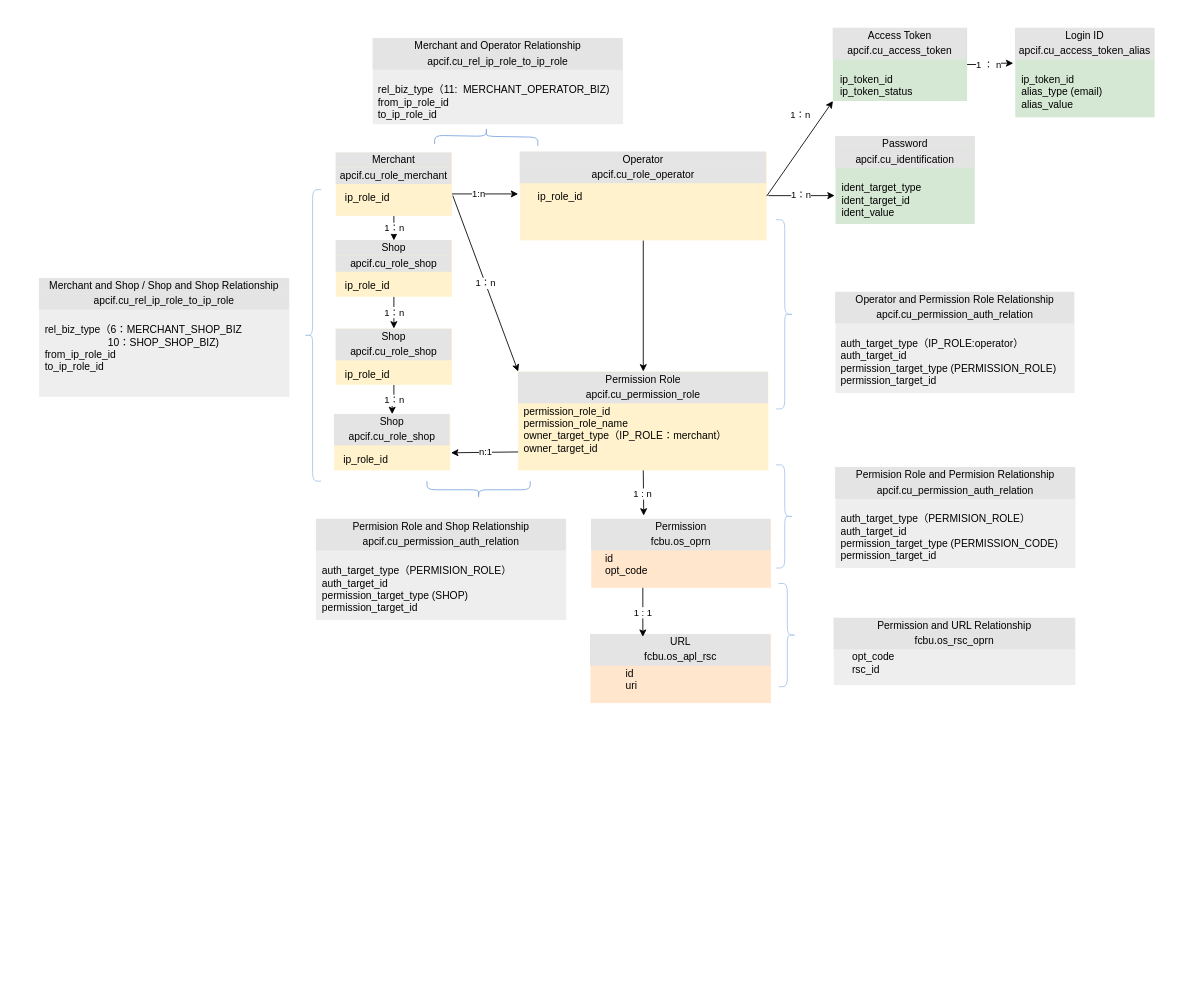
The draw.io diagram page "模型" (3 of 4) of Merchant portal.drawio in renqiuming/drawio, before the edit. Source tidied: cells renumbered, new cells numbered last; positions are measured from the earlier drawing's top-left corner, leaving out a move shared by most shapes. Both pictures are drawn from the tidied source at 86%, with x=0, y=0 at pixel (39, 28).
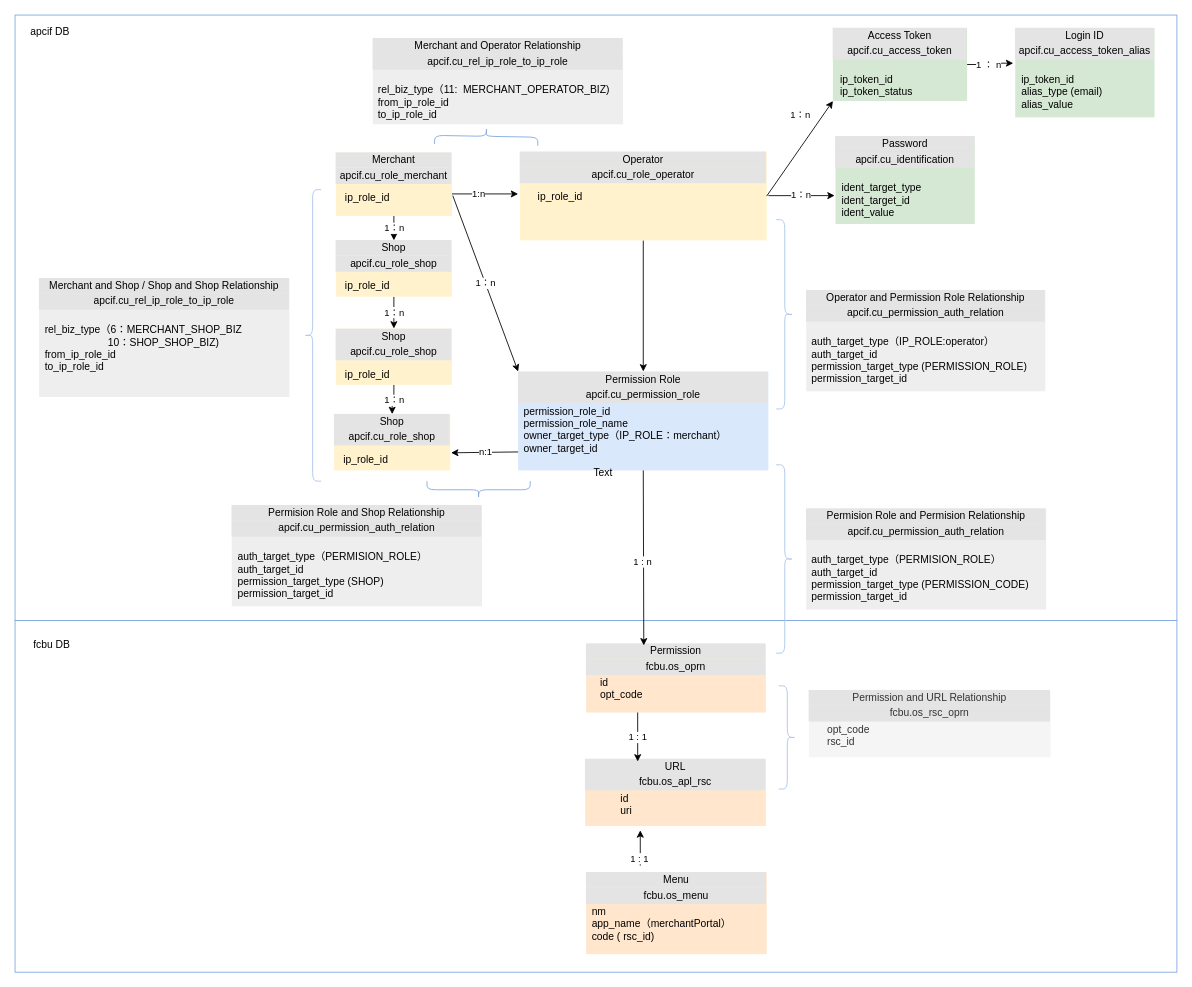
The same diagram, later.

The edit, as a diff of the source:
```diff
@@
+    <mxCell id="43" style="rounded=0;whiteSpace=wrap;html=1;strokeColor=#7EA6E0;" parent="1" vertex="1">
+      <mxGeometry x="-28" y="-15" width="1351" height="704" as="geometry" />
+    </mxCell>
+    <mxCell id="44" style="rounded=0;whiteSpace=wrap;html=1;strokeColor=#7EA6E0;" parent="1" vertex="1">
+      <mxGeometry x="-28" y="689" width="1351" height="409" as="geometry" />
+    </mxCell>
@@
-    <mxCell id="20" value="&lt;div style=&quot;box-sizing: border-box ; width: 100% ; background: #e4e4e4 ; padding: 2px&quot;&gt;Permission Role&lt;/div&gt;&lt;div style=&quot;box-sizing: border-box ; width: 100% ; background: #e4e4e4 ; padding: 2px&quot;&gt;apcif.cu_permission_role&lt;/div&gt;&lt;table style=&quot;width: 100% ; font-size: 1em&quot; cellpadding=&quot;2&quot; cellspacing=&quot;0&quot;&gt;&lt;tbody&gt;&lt;tr&gt;&lt;td&gt;&lt;br&gt;&lt;br&gt;&lt;/td&gt;&lt;td style=&quot;text-align: left&quot;&gt;permission_role_id&lt;br&gt;permission_role_name&lt;br&gt;owner_target_type（IP_ROLE：merchant）&lt;br&gt;owner_target_id&lt;br&gt;&lt;/td&gt;&lt;/tr&gt;&lt;tr&gt;&lt;td style=&quot;text-align: left&quot;&gt;&lt;br&gt;&lt;/td&gt;&lt;td style=&quot;text-align: left&quot;&gt;&lt;br&gt;&lt;/td&gt;&lt;/tr&gt;&lt;tr&gt;&lt;td&gt;&lt;/td&gt;&lt;td&gt;&lt;br&gt;&lt;/td&gt;&lt;/tr&gt;&lt;/tbody&gt;&lt;/table&gt;" style="verticalAlign=top;align=center;overflow=fill;html=1;fillColor=#fff2cc;strokeColor=none;" parent="1" vertex="1">
+    <mxCell id="20" value="&lt;div style=&quot;box-sizing: border-box ; width: 100% ; background: #e4e4e4 ; padding: 2px&quot;&gt;Permission Role&lt;/div&gt;&lt;div style=&quot;box-sizing: border-box ; width: 100% ; background: #e4e4e4 ; padding: 2px&quot;&gt;apcif.cu_permission_role&lt;/div&gt;&lt;table style=&quot;width: 100% ; font-size: 1em&quot; cellpadding=&quot;2&quot; cellspacing=&quot;0&quot;&gt;&lt;tbody&gt;&lt;tr&gt;&lt;td&gt;&lt;br&gt;&lt;br&gt;&lt;/td&gt;&lt;td style=&quot;text-align: left&quot;&gt;permission_role_id&lt;br&gt;permission_role_name&lt;br&gt;owner_target_type（IP_ROLE：merchant）&lt;br&gt;owner_target_id&lt;br&gt;&lt;/td&gt;&lt;/tr&gt;&lt;tr&gt;&lt;td style=&quot;text-align: left&quot;&gt;&lt;br&gt;&lt;/td&gt;&lt;td style=&quot;text-align: left&quot;&gt;&lt;br&gt;&lt;/td&gt;&lt;/tr&gt;&lt;tr&gt;&lt;td&gt;&lt;/td&gt;&lt;td&gt;&lt;br&gt;&lt;/td&gt;&lt;/tr&gt;&lt;/tbody&gt;&lt;/table&gt;" style="verticalAlign=top;align=center;overflow=fill;html=1;fillColor=#dae8fc;strokeColor=none;" parent="1" vertex="1">
       <mxGeometry x="557" y="399.5" width="291" height="115" as="geometry" />
     </mxCell>
@@
-    <mxCell id="22" value="&lt;div style=&quot;box-sizing: border-box ; width: 100% ; background: #e4e4e4 ; padding: 2px&quot;&gt;Permission&lt;/div&gt;&lt;div style=&quot;box-sizing: border-box ; width: 100% ; background: #e4e4e4 ; padding: 2px&quot;&gt;fcbu.os_oprn&lt;/div&gt;&lt;table style=&quot;width: 100% ; font-size: 1em&quot; cellpadding=&quot;2&quot; cellspacing=&quot;0&quot;&gt;&lt;tbody&gt;&lt;tr&gt;&lt;td&gt;&lt;br&gt;&lt;br&gt;&lt;/td&gt;&lt;td style=&quot;text-align: left&quot;&gt;id&lt;br&gt;opt_code&lt;br&gt;&lt;/td&gt;&lt;/tr&gt;&lt;tr&gt;&lt;td style=&quot;text-align: left&quot;&gt;&lt;br&gt;&lt;/td&gt;&lt;td style=&quot;text-align: left&quot;&gt;&lt;br&gt;&lt;/td&gt;&lt;/tr&gt;&lt;tr&gt;&lt;td&gt;&lt;/td&gt;&lt;td&gt;&lt;br&gt;&lt;/td&gt;&lt;/tr&gt;&lt;/tbody&gt;&lt;/table&gt;" style="verticalAlign=top;align=center;overflow=fill;html=1;fillColor=#ffe6cc;strokeColor=none;" parent="1" vertex="1">
-      <mxGeometry x="642" y="571" width="209" height="80" as="geometry" />
+    <mxCell id="22" value="&lt;div style=&quot;box-sizing: border-box ; width: 100% ; background: #e4e4e4 ; padding: 2px&quot;&gt;Permission&lt;/div&gt;&lt;div style=&quot;box-sizing: border-box ; width: 100% ; background: #e4e4e4 ; padding: 2px&quot;&gt;fcbu.os_oprn&lt;/div&gt;&lt;table style=&quot;width: 100% ; font-size: 1em&quot; cellpadding=&quot;2&quot; cellspacing=&quot;0&quot;&gt;&lt;tbody&gt;&lt;tr&gt;&lt;td&gt;&lt;br&gt;&lt;br&gt;&lt;/td&gt;&lt;td style=&quot;text-align: left&quot;&gt;id&lt;br&gt;opt_code&lt;br&gt;&lt;br&gt;&lt;/td&gt;&lt;/tr&gt;&lt;tr&gt;&lt;td style=&quot;text-align: left&quot;&gt;&lt;br&gt;&lt;/td&gt;&lt;td style=&quot;text-align: left&quot;&gt;&lt;br&gt;&lt;/td&gt;&lt;/tr&gt;&lt;tr&gt;&lt;td&gt;&lt;/td&gt;&lt;td&gt;&lt;br&gt;&lt;/td&gt;&lt;/tr&gt;&lt;/tbody&gt;&lt;/table&gt;" style="verticalAlign=top;align=center;overflow=fill;html=1;fillColor=#ffe6cc;strokeColor=none;" parent="1" vertex="1">
+      <mxGeometry x="636" y="716" width="209" height="80" as="geometry" />
     </mxCell>
@@
     <mxCell id="24" value="&lt;div style=&quot;box-sizing: border-box ; width: 100% ; background: #e4e4e4 ; padding: 2px&quot;&gt;Operator and Permission Role Relationship&lt;/div&gt;&lt;div style=&quot;box-sizing: border-box ; width: 100% ; background: #e4e4e4 ; padding: 2px&quot;&gt;apcif.cu_permission_auth_relation&lt;/div&gt;&lt;table style=&quot;width: 100% ; font-size: 1em&quot; cellpadding=&quot;2&quot; cellspacing=&quot;0&quot;&gt;&lt;tbody&gt;&lt;tr&gt;&lt;td&gt;&lt;br&gt;&lt;br&gt;&lt;/td&gt;&lt;td style=&quot;text-align: left&quot;&gt;&lt;br&gt;auth_target_type（IP_ROLE:operator）&lt;br&gt;auth_target_id&lt;br&gt;permission_target_type (PERMISSION_ROLE)&lt;br&gt;permission_target_id&lt;br&gt;&lt;/td&gt;&lt;/tr&gt;&lt;tr&gt;&lt;td style=&quot;text-align: left&quot;&gt;&lt;br&gt;&lt;/td&gt;&lt;td style=&quot;text-align: left&quot;&gt;&lt;br&gt;&lt;/td&gt;&lt;/tr&gt;&lt;tr&gt;&lt;td&gt;&lt;/td&gt;&lt;td&gt;&lt;br&gt;&lt;/td&gt;&lt;/tr&gt;&lt;/tbody&gt;&lt;/table&gt;" style="verticalAlign=top;align=center;overflow=fill;html=1;fillColor=#eeeeee;strokeColor=none;" parent="1" vertex="1">
-      <mxGeometry x="926" y="307" width="278" height="117.5" as="geometry" />
+      <mxGeometry x="892" y="305" width="278" height="117.5" as="geometry" />
     </mxCell>
@@
     <mxCell id="27" style="shape=curlyBracket;whiteSpace=wrap;html=1;rounded=1;flipH=1;strokeColor=#A9C4EB;" parent="1" vertex="1">
-      <mxGeometry x="857" y="508" width="20" height="120" as="geometry" />
+      <mxGeometry x="857" y="508" width="20" height="219" as="geometry" />
     </mxCell>
@@
     <mxCell id="31" value="&lt;div style=&quot;box-sizing: border-box ; width: 100% ; background: #e4e4e4 ; padding: 2px&quot;&gt;Permision Role and Permision Relationship&lt;/div&gt;&lt;div style=&quot;box-sizing: border-box ; width: 100% ; background: #e4e4e4 ; padding: 2px&quot;&gt;apcif.cu_permission_auth_relation&lt;/div&gt;&lt;table style=&quot;width: 100% ; font-size: 1em&quot; cellpadding=&quot;2&quot; cellspacing=&quot;0&quot;&gt;&lt;tbody&gt;&lt;tr&gt;&lt;td&gt;&lt;br&gt;&lt;br&gt;&lt;/td&gt;&lt;td style=&quot;text-align: left&quot;&gt;&lt;br&gt;auth_target_type（PERMISION_ROLE）&lt;br&gt;auth_target_id&lt;br&gt;permission_target_type (PERMISSION_CODE)&lt;br&gt;permission_target_id&lt;br&gt;&lt;/td&gt;&lt;/tr&gt;&lt;tr&gt;&lt;td style=&quot;text-align: left&quot;&gt;&lt;br&gt;&lt;/td&gt;&lt;td style=&quot;text-align: left&quot;&gt;&lt;br&gt;&lt;/td&gt;&lt;/tr&gt;&lt;tr&gt;&lt;td&gt;&lt;/td&gt;&lt;td&gt;&lt;br&gt;&lt;/td&gt;&lt;/tr&gt;&lt;/tbody&gt;&lt;/table&gt;" style="verticalAlign=top;align=center;overflow=fill;html=1;fillColor=#eeeeee;strokeColor=none;" parent="1" vertex="1">
-      <mxGeometry x="926" y="510.5" width="279" height="117.5" as="geometry" />
+      <mxGeometry x="892" y="558.8" width="279" height="117.5" as="geometry" />
     </mxCell>
     <mxCell id="32" value="&lt;div style=&quot;box-sizing: border-box ; width: 100% ; background: #e4e4e4 ; padding: 2px&quot;&gt;Permision Role and Shop Relationship&lt;/div&gt;&lt;div style=&quot;box-sizing: border-box ; width: 100% ; background: #e4e4e4 ; padding: 2px&quot;&gt;apcif.cu_permission_auth_relation&lt;/div&gt;&lt;table style=&quot;width: 100% ; font-size: 1em&quot; cellpadding=&quot;2&quot; cellspacing=&quot;0&quot;&gt;&lt;tbody&gt;&lt;tr&gt;&lt;td&gt;&lt;br&gt;&lt;br&gt;&lt;/td&gt;&lt;td style=&quot;text-align: left&quot;&gt;&lt;br&gt;auth_target_type（PERMISION_ROLE）&lt;br&gt;auth_target_id&lt;br&gt;permission_target_type (SHOP)&lt;br&gt;permission_target_id&lt;br&gt;&lt;/td&gt;&lt;/tr&gt;&lt;tr&gt;&lt;td style=&quot;text-align: left&quot;&gt;&lt;br&gt;&lt;/td&gt;&lt;td style=&quot;text-align: left&quot;&gt;&lt;br&gt;&lt;/td&gt;&lt;/tr&gt;&lt;tr&gt;&lt;td&gt;&lt;/td&gt;&lt;td&gt;&lt;br&gt;&lt;/td&gt;&lt;/tr&gt;&lt;/tbody&gt;&lt;/table&gt;" style="verticalAlign=top;align=center;overflow=fill;html=1;fillColor=#eeeeee;strokeColor=none;" parent="1" vertex="1">
-      <mxGeometry x="322" y="571" width="291" height="117.5" as="geometry" />
+      <mxGeometry x="224" y="555" width="291" height="117.5" as="geometry" />
     </mxCell>
@@
     <mxCell id="37" value="&lt;div style=&quot;box-sizing: border-box ; width: 100% ; background: #e4e4e4 ; padding: 2px&quot;&gt;URL&lt;br&gt;&lt;/div&gt;&lt;div style=&quot;box-sizing: border-box ; width: 100% ; background: #e4e4e4 ; padding: 2px&quot;&gt;fcbu.os_apl_rsc&lt;/div&gt;&lt;table style=&quot;width: 100% ; font-size: 1em&quot; cellpadding=&quot;2&quot; cellspacing=&quot;0&quot;&gt;&lt;tbody&gt;&lt;tr&gt;&lt;td&gt;&lt;br&gt;&lt;br&gt;&lt;/td&gt;&lt;td style=&quot;text-align: left&quot;&gt;id&lt;br&gt;uri&lt;br&gt;&lt;/td&gt;&lt;/tr&gt;&lt;tr&gt;&lt;td style=&quot;text-align: left&quot;&gt;&lt;br&gt;&lt;/td&gt;&lt;td style=&quot;text-align: left&quot;&gt;&lt;br&gt;&lt;/td&gt;&lt;/tr&gt;&lt;tr&gt;&lt;td&gt;&lt;/td&gt;&lt;td&gt;&lt;br&gt;&lt;/td&gt;&lt;/tr&gt;&lt;/tbody&gt;&lt;/table&gt;" style="verticalAlign=top;align=center;overflow=fill;html=1;fillColor=#ffe6cc;strokeColor=none;" parent="1" vertex="1">
-      <mxGeometry x="641" y="705" width="210" height="80" as="geometry" />
+      <mxGeometry x="635" y="850" width="210" height="78" as="geometry" />
     </mxCell>
-    <mxCell id="38" value="&lt;div style=&quot;box-sizing: border-box ; width: 100% ; background: #e4e4e4 ; padding: 2px&quot;&gt;Permission and URL Relationship&lt;/div&gt;&lt;div style=&quot;box-sizing: border-box ; width: 100% ; background: #e4e4e4 ; padding: 2px&quot;&gt;fcbu.os_rsc_oprn&lt;/div&gt;&lt;table style=&quot;width: 100% ; font-size: 1em&quot; cellpadding=&quot;2&quot; cellspacing=&quot;0&quot;&gt;&lt;tbody&gt;&lt;tr&gt;&lt;td&gt;&lt;br&gt;&lt;br&gt;&lt;/td&gt;&lt;td style=&quot;text-align: left&quot;&gt;opt_code&lt;br&gt;rsc_id&lt;br&gt;&lt;/td&gt;&lt;/tr&gt;&lt;tr&gt;&lt;td style=&quot;text-align: left&quot;&gt;&lt;br&gt;&lt;/td&gt;&lt;td style=&quot;text-align: left&quot;&gt;&lt;br&gt;&lt;/td&gt;&lt;/tr&gt;&lt;tr&gt;&lt;td&gt;&lt;/td&gt;&lt;td&gt;&lt;br&gt;&lt;/td&gt;&lt;/tr&gt;&lt;/tbody&gt;&lt;/table&gt;" style="verticalAlign=top;align=center;overflow=fill;html=1;fillColor=#eeeeee;strokeColor=none;" parent="1" vertex="1">
-      <mxGeometry x="924" y="686" width="281" height="78" as="geometry" />
+    <mxCell id="38" value="&lt;div style=&quot;box-sizing: border-box ; width: 100% ; background: #e4e4e4 ; padding: 2px&quot;&gt;Permission and URL Relationship&lt;/div&gt;&lt;div style=&quot;box-sizing: border-box ; width: 100% ; background: #e4e4e4 ; padding: 2px&quot;&gt;fcbu.os_rsc_oprn&lt;/div&gt;&lt;table style=&quot;width: 100% ; font-size: 1em&quot; cellpadding=&quot;2&quot; cellspacing=&quot;0&quot;&gt;&lt;tbody&gt;&lt;tr&gt;&lt;td&gt;&lt;br&gt;&lt;br&gt;&lt;/td&gt;&lt;td style=&quot;text-align: left&quot;&gt;opt_code&lt;br&gt;rsc_id&lt;br&gt;&lt;/td&gt;&lt;/tr&gt;&lt;tr&gt;&lt;td style=&quot;text-align: left&quot;&gt;&lt;br&gt;&lt;/td&gt;&lt;td style=&quot;text-align: left&quot;&gt;&lt;br&gt;&lt;/td&gt;&lt;/tr&gt;&lt;tr&gt;&lt;td&gt;&lt;/td&gt;&lt;td&gt;&lt;br&gt;&lt;/td&gt;&lt;/tr&gt;&lt;/tbody&gt;&lt;/table&gt;" style="verticalAlign=top;align=center;overflow=fill;html=1;fillColor=#f5f5f5;strokeColor=none;fontColor=#333333;" parent="1" vertex="1">
+      <mxGeometry x="895" y="770" width="281" height="78" as="geometry" />
     </mxCell>
     <mxCell id="39" style="shape=curlyBracket;whiteSpace=wrap;html=1;rounded=1;flipH=1;strokeColor=#A9C4EB;" parent="1" vertex="1">
-      <mxGeometry x="860" y="646" width="20" height="120" as="geometry" />
+      <mxGeometry x="860" y="765" width="20" height="120" as="geometry" />
     </mxCell>
-    <mxCell id="40" style="rounded=0;jettySize=auto;html=1;exitX=0.5;exitY=1;exitDx=0;exitDy=0;" parent="1" edge="1" source="20">
-      <mxGeometry relative="1" as="geometry">
-        <mxPoint x="703" y="567" as="targetPoint" />
-      </mxGeometry>
+    <mxCell id="40" style="rounded=0;jettySize=auto;html=1;exitX=0.5;exitY=1;exitDx=0;exitDy=0;entryX=0.321;entryY=0.025;entryDx=0;entryDy=0;entryPerimeter=0;" parent="1" edge="1" source="20" target="22">
+      <mxGeometry relative="1" as="geometry" />
     </mxCell>
@@
     <mxCell id="42" value="1 : 1" style="edgeStyle=none;rounded=0;jettySize=auto;html=1;exitX=0.287;exitY=1;exitDx=0;exitDy=0;exitPerimeter=0;" parent="1" edge="1" source="22">
       <mxGeometry relative="1" as="geometry">
-        <mxPoint x="702" y="708" as="targetPoint" />
+        <mxPoint x="696" y="853" as="targetPoint" />
       </mxGeometry>
     </mxCell>
+    <mxCell id="45" style="edgeStyle=none;rounded=0;orthogonalLoop=1;jettySize=auto;html=1;" parent="1" edge="1">
+      <mxGeometry relative="1" as="geometry">
+        <mxPoint x="699" y="974" as="sourcePoint" />
+        <mxPoint x="699" y="933" as="targetPoint" />
+      </mxGeometry>
+    </mxCell>
+    <mxCell id="46" value="1 : 1" style="edgeLabel;html=1;align=center;verticalAlign=middle;" parent="45" vertex="1">
+      <mxGeometry x="-0.53" y="2" relative="1" as="geometry">
+        <mxPoint y="1" as="offset" />
+      </mxGeometry>
+    </mxCell>
+    <mxCell id="47" value="&lt;div style=&quot;box-sizing: border-box ; width: 100% ; background: #e4e4e4 ; padding: 2px&quot;&gt;Menu&lt;br&gt;&lt;/div&gt;&lt;div style=&quot;box-sizing: border-box ; width: 100% ; background: #e4e4e4 ; padding: 2px&quot;&gt;fcbu.os_menu&lt;/div&gt;&lt;table style=&quot;width: 100% ; font-size: 1em&quot; cellpadding=&quot;2&quot; cellspacing=&quot;0&quot;&gt;&lt;tbody&gt;&lt;tr&gt;&lt;td&gt;&lt;br&gt;&lt;br&gt;&lt;/td&gt;&lt;td style=&quot;text-align: left&quot;&gt;nm&lt;br&gt;app_name（merchantPortal）&lt;br&gt;code ( rsc_id)&lt;br&gt;&lt;/td&gt;&lt;/tr&gt;&lt;tr&gt;&lt;td style=&quot;text-align: left&quot;&gt;&lt;br&gt;&lt;/td&gt;&lt;td style=&quot;text-align: left&quot;&gt;&lt;br&gt;&lt;/td&gt;&lt;/tr&gt;&lt;tr&gt;&lt;td&gt;&lt;/td&gt;&lt;td&gt;&lt;br&gt;&lt;/td&gt;&lt;/tr&gt;&lt;/tbody&gt;&lt;/table&gt;" style="verticalAlign=top;align=center;overflow=fill;html=1;fillColor=#ffe6cc;strokeColor=none;" parent="1" vertex="1">
+      <mxGeometry x="636" y="982" width="210" height="95" as="geometry" />
+    </mxCell>
+    <mxCell id="48" value="Text" style="text;html=1;strokeColor=none;fillColor=none;align=center;verticalAlign=middle;whiteSpace=wrap;rounded=0;" parent="1" vertex="1">
+      <mxGeometry x="626" y="503" width="60" height="30" as="geometry" />
+    </mxCell>
+    <mxCell id="49" value="fcbu DB" style="text;html=1;strokeColor=none;fillColor=none;align=center;verticalAlign=middle;whiteSpace=wrap;rounded=0;" parent="1" vertex="1">
+      <mxGeometry x="-15" y="702" width="60" height="30" as="geometry" />
+    </mxCell>
+    <mxCell id="50" value="apcif DB" style="text;html=1;strokeColor=none;fillColor=none;align=center;verticalAlign=middle;whiteSpace=wrap;rounded=0;" parent="1" vertex="1">
+      <mxGeometry x="-17" y="-10" width="60" height="30" as="geometry" />
+    </mxCell>
```
